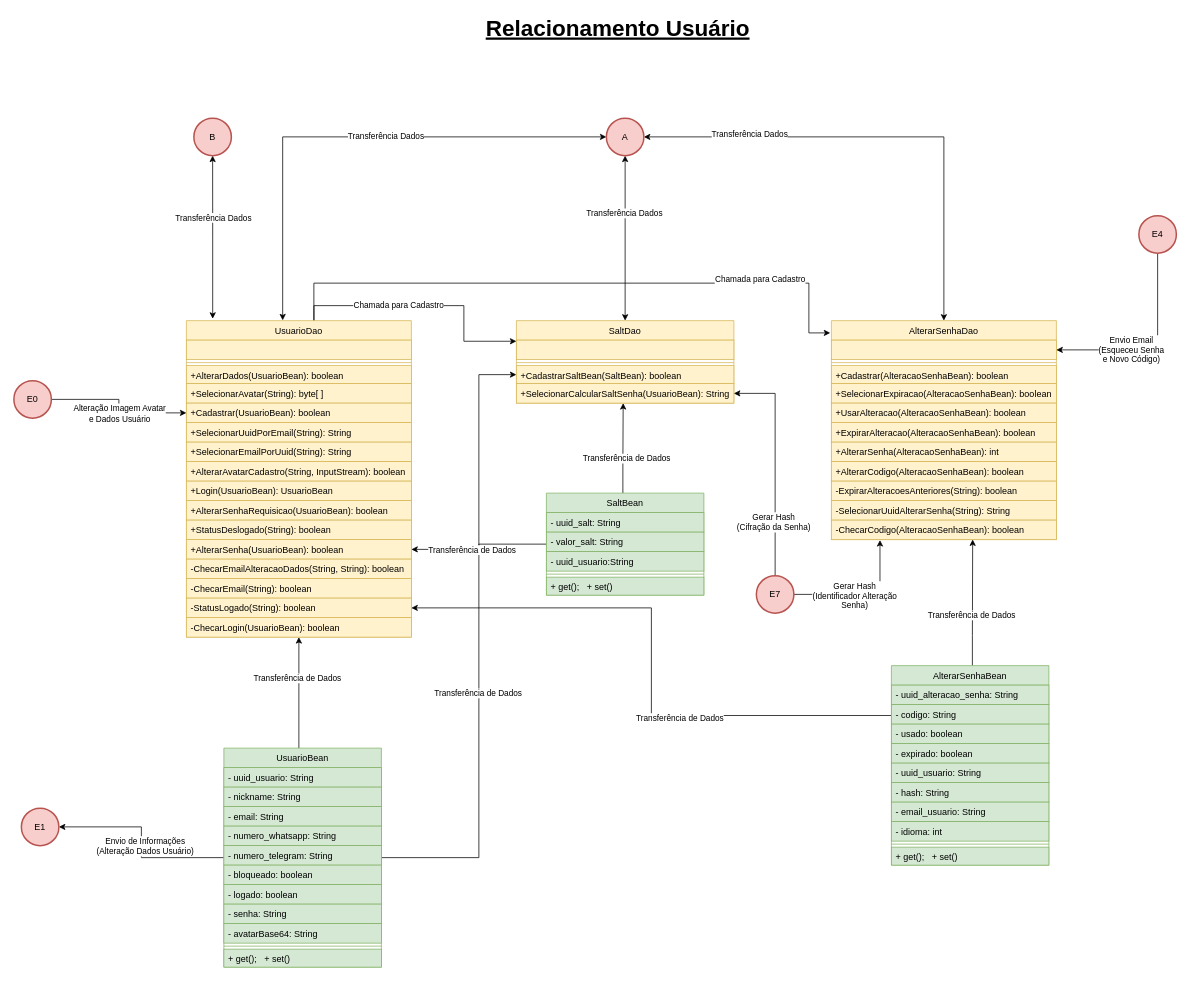
Above: page "Relacionamento Usuário" (3 of 7) of TCC/Classes.drawio in CSFelix/UML (draw.io), before the change. Source tidied: cells renumbered, new cells numbered last; positions are measured from the earlier drawing's top-left corner, leaving out a move shared by most shapes. Both pictures are drawn from the tidied source at 75%, with x=0, y=0 at pixel (14, 13).
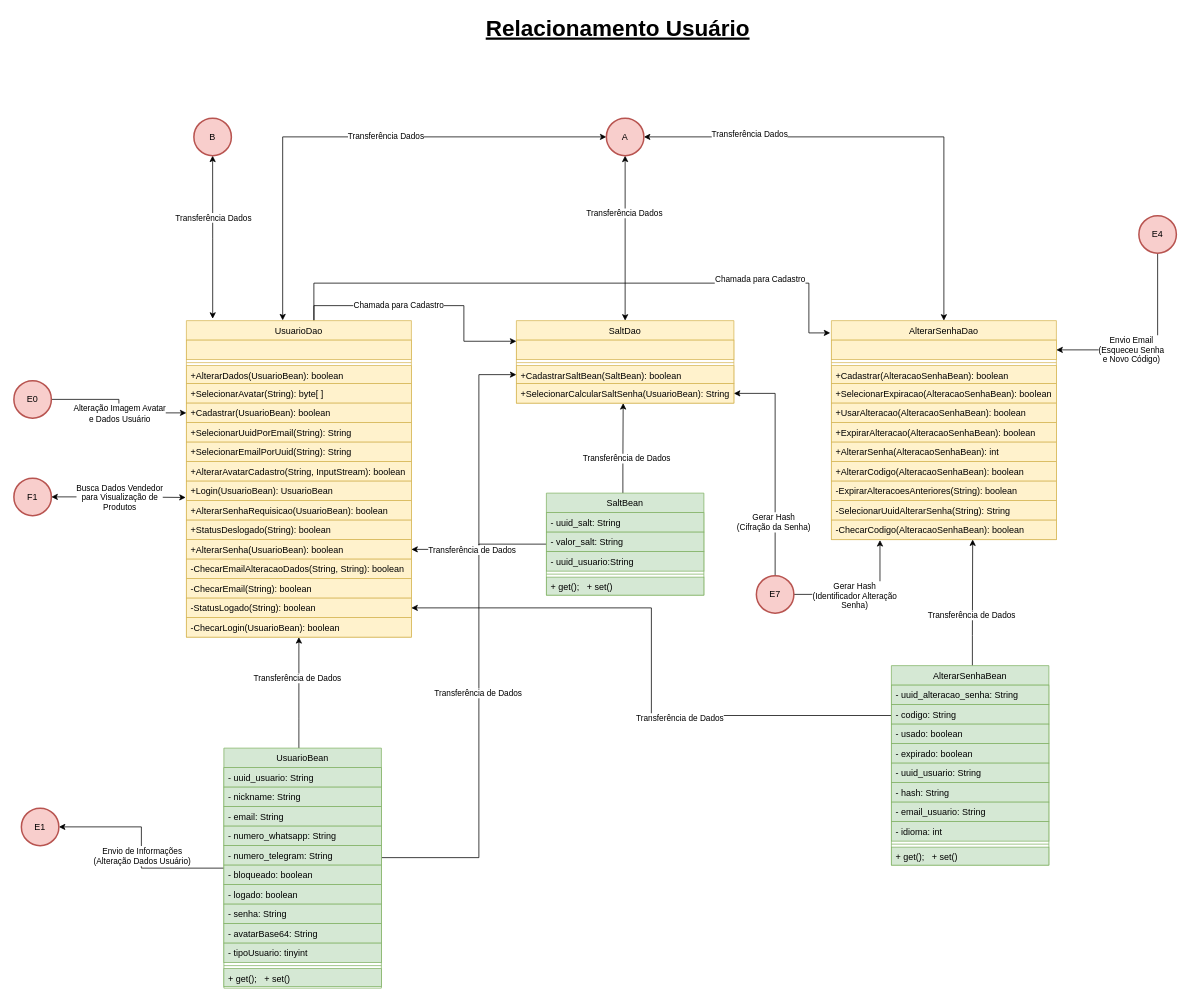
The same diagram, later.

The change refers to these unchanged cells:
```xml
<mxCell id="84" value="+Login(UsuarioBean): UsuarioBean" style="text;align=left;verticalAlign=top;spacingLeft=4;spacingRight=4;overflow=hidden;points=[[0,0.5],[1,0.5]];portConstraint=eastwest;rounded=0;shadow=0;html=0;fillColor=#fff2cc;strokeColor=#d6b656;" parent="75" vertex="1">
  <mxGeometry y="214" width="300" height="26" as="geometry" />
</mxCell>
```

The edit, as a diff of the source:
```diff
@@
     <mxCell id="9" value="UsuarioBean" style="swimlane;fontStyle=0;align=center;verticalAlign=top;horizontal=1;startSize=26;rounded=0;shadow=0;strokeWidth=1;fillColor=#d5e8d4;strokeColor=#82b366;" parent="1" vertex="1">
-      <mxGeometry x="280" y="980" width="210" height="292" as="geometry" />
+      <mxGeometry x="280" y="980" width="210" height="320" as="geometry" />
     </mxCell>
@@
+    <mxCell id="106" value="- avatarBase64: String" style="text;align=left;verticalAlign=top;spacingLeft=4;spacingRight=4;overflow=hidden;rounded=0;shadow=0;html=0;fillColor=#d5e8d4;strokeColor=#82b366;" parent="9" vertex="1">
+      <mxGeometry y="234" width="210" height="26" as="geometry" />
+    </mxCell>
-    <mxCell id="18" value="- avatarBase64: String" style="text;align=left;verticalAlign=top;spacingLeft=4;spacingRight=4;overflow=hidden;rounded=0;shadow=0;html=0;fillColor=#d5e8d4;strokeColor=#82b366;" parent="9" vertex="1">
-      <mxGeometry y="234" width="210" height="26" as="geometry" />
+    <mxCell id="18" value="- tipoUsuario: tinyint" style="text;align=left;verticalAlign=top;spacingLeft=4;spacingRight=4;overflow=hidden;rounded=0;shadow=0;html=0;fillColor=#d5e8d4;strokeColor=#82b366;" parent="9" vertex="1">
+      <mxGeometry y="260" width="210" height="26" as="geometry" />
     </mxCell>
     <mxCell id="19" style="line;html=1;strokeWidth=1;align=left;verticalAlign=middle;spacingTop=-1;spacingLeft=3;spacingRight=3;labelPosition=right;fillColor=#d5e8d4;strokeColor=#82b366;" parent="9" vertex="1">
-      <mxGeometry y="260" width="210" height="8" as="geometry" />
+      <mxGeometry y="286" width="210" height="8" as="geometry" />
     </mxCell>
     <mxCell id="20" value="+ get();   + set()" style="text;align=left;verticalAlign=top;spacingLeft=4;spacingRight=4;overflow=hidden;rounded=0;shadow=0;html=0;fillColor=#d5e8d4;strokeColor=#82b366;" parent="9" vertex="1">
-      <mxGeometry y="268" width="210" height="24" as="geometry" />
+      <mxGeometry y="294" width="210" height="24" as="geometry" />
     </mxCell>
@@
+    <mxCell id="107" style="edgeStyle=orthogonalEdgeStyle;rounded=0;jettySize=auto;html=1;entryX=-0.003;entryY=0.838;entryDx=0;entryDy=0;entryPerimeter=0;startArrow=classic;startFill=1;" parent="1" edge="1" source="109" target="84">
+      <mxGeometry relative="1" as="geometry" />
+    </mxCell>
+    <mxCell id="108" value="Busca Dados Vendedor&lt;br&gt;para Visualização de&lt;br&gt;Produtos" style="edgeLabel;html=1;align=center;verticalAlign=middle;" parent="107" vertex="1">
+      <mxGeometry x="-0.37" y="2" relative="1" as="geometry">
+        <mxPoint x="33" y="2" as="offset" />
+      </mxGeometry>
+    </mxCell>
+    <mxCell id="109" value="F1" style="strokeWidth=2;html=1;shape=mxgraph.flowchart.start_2;whiteSpace=wrap;fillColor=#f8cecc;strokeColor=#b85450;" parent="1" vertex="1">
+      <mxGeometry y="620" width="50" height="50" as="geometry" />
+    </mxCell>
```
